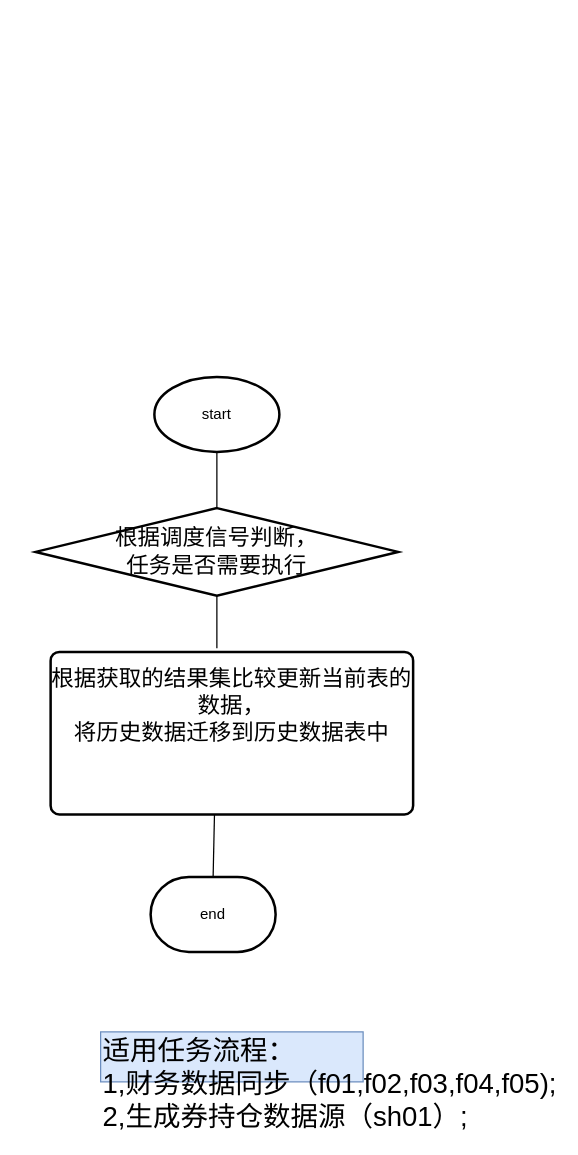
The draw.io diagram 任务执行流程类型1.drawio in gebifeixiang/investment, before the edit. Source tidied: cells renumbered, new cells numbered last; positions are measured from the earlier drawing's top-left corner, leaving out a move shared by most shapes. Both pictures are drawn from the tidied source at 125%, with x=0, y=0 at pixel (35, 376).
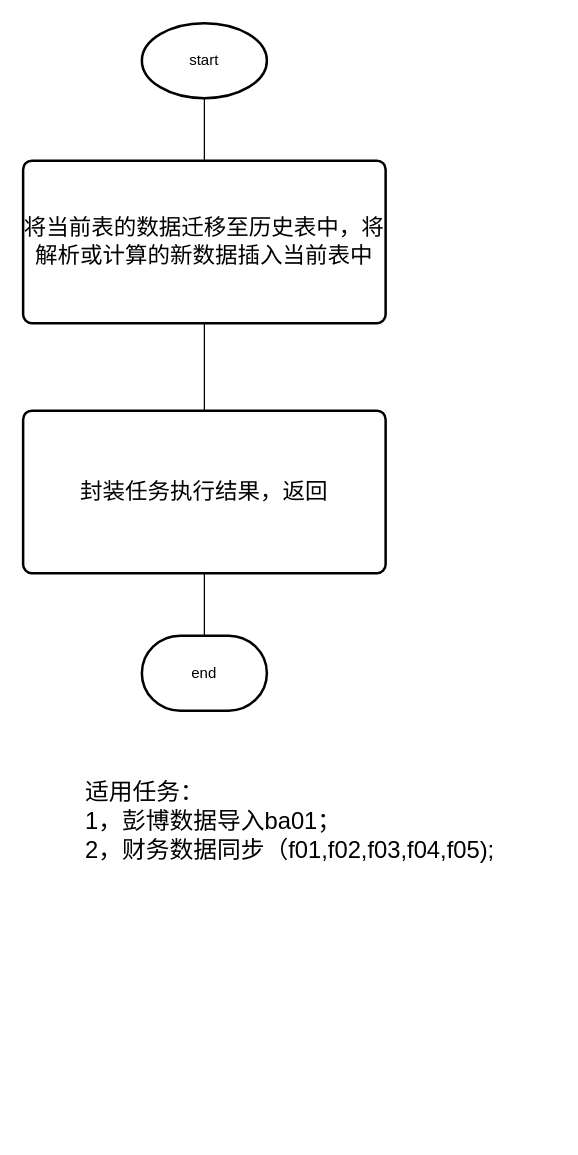
Above is the later version.

Commit message:
Added 任务执行流程类型1.drawio

What changed in the source:
```diff
@@
 <mxGraphModel>
   <root>
     <mxCell id="0" />
     <mxCell id="1" parent="0" />
     <mxCell id="2" value="start" style="strokeWidth=2;html=1;shape=mxgraph.flowchart.start_1;whiteSpace=wrap;" parent="1" vertex="1">
-      <mxGeometry x="95" width="100" height="60" as="geometry" />
+      <mxGeometry x="85" y="-283" width="100" height="60" as="geometry" />
     </mxCell>
-    <mxCell id="3" value="&lt;font style=&quot;font-size: 18px&quot;&gt;根据调度信号判断，&lt;br&gt;任务是否需要执行&lt;/font&gt;&lt;br&gt;" style="strokeWidth=2;html=1;shape=mxgraph.flowchart.decision;whiteSpace=wrap;" parent="1" vertex="1">
-      <mxGeometry y="105" width="290" height="70" as="geometry" />
-    </mxCell>
     <mxCell id="4" value="end" style="strokeWidth=2;html=1;shape=mxgraph.flowchart.terminator;whiteSpace=wrap;" parent="1" vertex="1">
-      <mxGeometry x="92" y="400" width="100" height="60" as="geometry" />
+      <mxGeometry x="85" y="207" width="100" height="60" as="geometry" />
     </mxCell>
-    <mxCell id="5" value="根据获取的结果集比较更新当前表的数据，&lt;br&gt;将历史数据迁移到历史数据表中&lt;br style=&quot;font-size: 18px&quot;&gt;&lt;br style=&quot;font-size: 18px&quot;&gt;&lt;br style=&quot;font-size: 18px&quot;&gt;" style="rounded=1;whiteSpace=wrap;html=1;absoluteArcSize=1;arcSize=14;strokeWidth=2;fontSize=18;" parent="1" vertex="1">
-      <mxGeometry x="12" y="220" width="290" height="130" as="geometry" />
-    </mxCell>
-    <mxCell id="6" value="适用任务流程：&lt;br style=&quot;font-size: 22px;&quot;&gt;1,财务数据同步（f01,f02,f03,f04,f05);&lt;br style=&quot;font-size: 22px;&quot;&gt;2,生成券持仓数据源（sh01）;&lt;br style=&quot;font-size: 22px;&quot;&gt;" style="text;html=1;align=left;verticalAlign=top;spacingTop=-4;fillColor=#dae8fc;strokeColor=#6c8ebf;fontSize=22;" parent="1" vertex="1">
-      <mxGeometry x="52" y="524" width="210" height="40" as="geometry" />
-    </mxCell>
-    <mxCell id="7" style="endArrow=none;html=1;fontSize=18;entryX=0.5;entryY=1;entryDx=0;entryDy=0;entryPerimeter=0;exitX=0.5;exitY=0;exitDx=0;exitDy=0;exitPerimeter=0;" parent="1" edge="1" source="3" target="2">
-      <mxGeometry relative="1" as="geometry" />
-    </mxCell>
-    <mxCell id="8" style="endArrow=none;html=1;fontSize=18;entryX=0.5;entryY=1;entryDx=0;entryDy=0;entryPerimeter=0;" parent="1" edge="1" target="3">
-      <mxGeometry relative="1" as="geometry">
-        <mxPoint x="145" y="217" as="sourcePoint" />
-      </mxGeometry>
-    </mxCell>
-    <mxCell id="9" style="endArrow=none;html=1;fontSize=18;entryX=0.452;entryY=1;entryDx=0;entryDy=0;entryPerimeter=0;exitX=0.5;exitY=0;exitDx=0;exitDy=0;exitPerimeter=0;" parent="1" edge="1" source="4" target="5">
-      <mxGeometry relative="1" as="geometry" />
-    </mxCell>
+    <mxCell id="10" style="endArrow=none;html=1;entryX=0.5;entryY=1;entryDx=0;entryDy=0;entryPerimeter=0;exitX=0.5;exitY=0;exitDx=0;exitDy=0;" parent="1" edge="1" source="13" target="2">
+      <mxGeometry relative="1" as="geometry" />
+    </mxCell>
+    <mxCell id="11" style="endArrow=none;html=1;entryX=0.5;entryY=1;entryDx=0;entryDy=0;entryPerimeter=0;exitX=0.5;exitY=0;exitDx=0;exitDy=0;" parent="1" edge="1">
+      <mxGeometry relative="1" as="geometry">
+        <mxPoint x="135" y="-63" as="sourcePoint" />
+        <mxPoint x="135" y="-113" as="targetPoint" />
+      </mxGeometry>
+    </mxCell>
+    <mxCell id="12" style="endArrow=none;html=1;entryX=0.5;entryY=1;entryDx=0;entryDy=0;exitX=0.5;exitY=0;exitDx=0;exitDy=0;exitPerimeter=0;" parent="1" edge="1" source="4">
+      <mxGeometry relative="1" as="geometry">
+        <mxPoint x="135" y="67" as="targetPoint" />
+      </mxGeometry>
+    </mxCell>
+    <mxCell id="13" value="将当前表的数据迁移至历史表中，将解析或计算的新数据插入当前表中&lt;br style=&quot;font-size: 18px&quot;&gt;" style="rounded=1;whiteSpace=wrap;html=1;absoluteArcSize=1;arcSize=14;strokeWidth=2;fontSize=18;" parent="1" vertex="1">
+      <mxGeometry x="-10" y="-173" width="290" height="130" as="geometry" />
+    </mxCell>
+    <mxCell id="14" value="封装任务执行结果，返回&lt;br style=&quot;font-size: 18px&quot;&gt;" style="rounded=1;whiteSpace=wrap;html=1;absoluteArcSize=1;arcSize=14;strokeWidth=2;fontSize=18;" parent="1" vertex="1">
+      <mxGeometry x="-10" y="27" width="290" height="130" as="geometry" />
+    </mxCell>
+    <mxCell id="15" style="endArrow=none;html=1;entryX=0.5;entryY=1;entryDx=0;entryDy=0;exitX=0.5;exitY=0;exitDx=0;exitDy=0;" parent="1" edge="1" source="14" target="13">
+      <mxGeometry relative="1" as="geometry" />
+    </mxCell>
+    <mxCell id="16" value="&lt;font style=&quot;font-size: 19px&quot;&gt;适用任务：&lt;br&gt;1，彭博数据导入ba01；&lt;br&gt;2，财务数据同步（f01,f02,f03,f04,f05);&lt;/font&gt;&lt;br&gt;" style="text;html=1;align=left;verticalAlign=top;spacingTop=-4;" parent="1" vertex="1">
+      <mxGeometry x="38" y="319" width="340" height="50" as="geometry" />
+    </mxCell>
   </root>
 </mxGraphModel>
```
